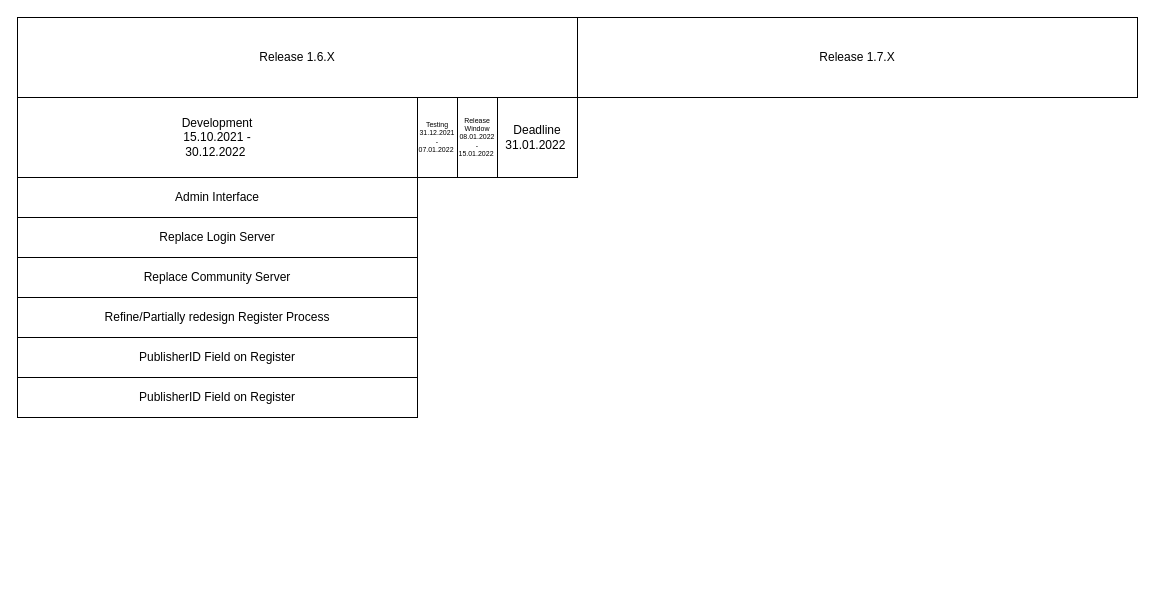
This is docu/graphics/roadmap.drawio from gradido/gradido, a draw.io file, before an edit. Source tidied: cells renumbered, new cells numbered last; positions are measured from the earlier drawing's top-left corner, leaving out a move shared by most shapes. Both pictures are drawn from the tidied source at 100%, with x=0, y=0 at pixel (17, 17).
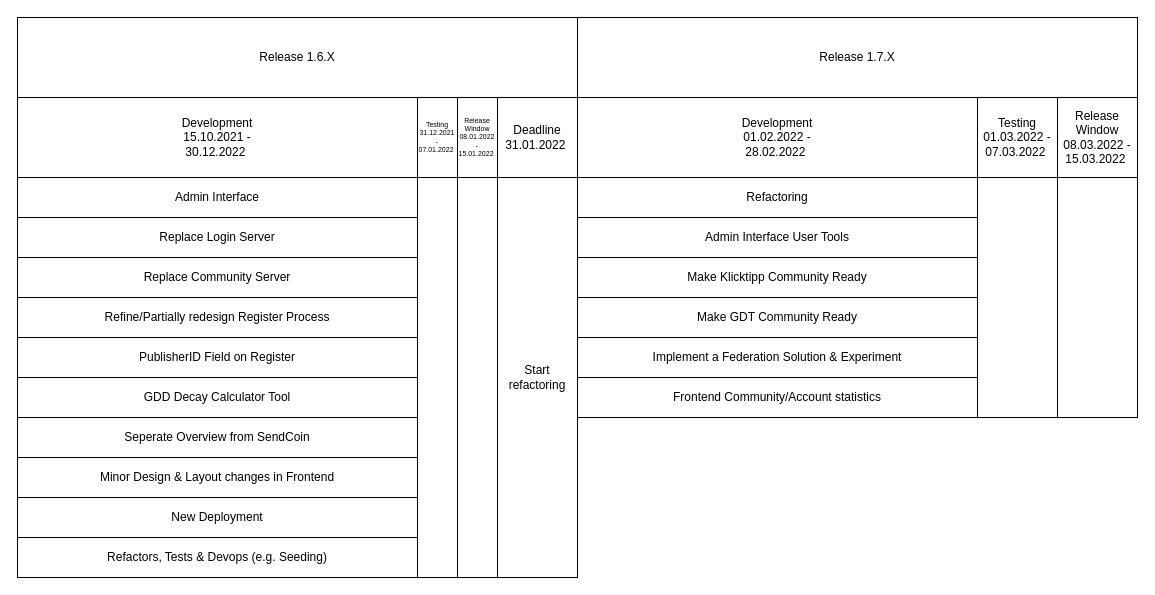
The same diagram, later.

Diff of the diagram source:
```diff
@@
-    <mxCell id="13" value="PublisherID Field on Register" style="rounded=0;whiteSpace=wrap;html=1;fontSize=12;" parent="1" vertex="1">
+    <mxCell id="13" value="GDD Decay Calculator Tool" style="rounded=0;whiteSpace=wrap;html=1;fontSize=12;" parent="1" vertex="1">
       <mxGeometry y="360" width="400" height="40" as="geometry" />
     </mxCell>
+    <mxCell id="14" value="Refactors, Tests &amp;amp; Devops (e.g. Seeding)" style="rounded=0;whiteSpace=wrap;html=1;fontSize=12;" parent="1" vertex="1">
+      <mxGeometry y="520" width="400" height="40" as="geometry" />
+    </mxCell>
+    <mxCell id="15" value="Seperate Overview from SendCoin" style="rounded=0;whiteSpace=wrap;html=1;fontSize=12;" parent="1" vertex="1">
+      <mxGeometry y="400" width="400" height="40" as="geometry" />
+    </mxCell>
+    <mxCell id="16" value="Minor Design &amp;amp; Layout changes in Frontend" style="rounded=0;whiteSpace=wrap;html=1;fontSize=12;" parent="1" vertex="1">
+      <mxGeometry y="440" width="400" height="40" as="geometry" />
+    </mxCell>
+    <mxCell id="17" style="rounded=0;whiteSpace=wrap;html=1;fontSize=7;" parent="1" vertex="1">
+      <mxGeometry x="400" y="160" width="40" height="400" as="geometry" />
+    </mxCell>
+    <mxCell id="18" style="rounded=0;whiteSpace=wrap;html=1;fontSize=7;" parent="1" vertex="1">
+      <mxGeometry x="440" y="160" width="40" height="400" as="geometry" />
+    </mxCell>
+    <mxCell id="19" value="New Deployment" style="rounded=0;whiteSpace=wrap;html=1;fontSize=12;" parent="1" vertex="1">
+      <mxGeometry y="480" width="400" height="40" as="geometry" />
+    </mxCell>
+    <mxCell id="20" value="Start refactoring" style="rounded=0;whiteSpace=wrap;html=1;fontSize=12;" parent="1" vertex="1">
+      <mxGeometry x="480" y="160" width="80" height="400" as="geometry" />
+    </mxCell>
+    <mxCell id="21" value="Development&lt;br style=&quot;font-size: 12px&quot;&gt;01.02.2022 -&lt;br style=&quot;font-size: 12px&quot;&gt;28.02.2022&amp;nbsp;" style="rounded=0;whiteSpace=wrap;html=1;fontSize=12;" parent="1" vertex="1">
+      <mxGeometry x="560" y="80" width="400" height="80" as="geometry" />
+    </mxCell>
+    <mxCell id="22" value="Testing&lt;br style=&quot;font-size: 12px&quot;&gt;01.03.2022 -&lt;br style=&quot;font-size: 12px&quot;&gt;07.03.2022&amp;nbsp;" style="rounded=0;whiteSpace=wrap;html=1;fontSize=12;" parent="1" vertex="1">
+      <mxGeometry x="960" y="80" width="80" height="80" as="geometry" />
+    </mxCell>
+    <mxCell id="23" value="Release Window&lt;br style=&quot;font-size: 12px&quot;&gt;08.03.2022 -&lt;br style=&quot;font-size: 12px&quot;&gt;15.03.2022&amp;nbsp;" style="rounded=0;whiteSpace=wrap;html=1;fontSize=12;" parent="1" vertex="1">
+      <mxGeometry x="1040" y="80" width="80" height="80" as="geometry" />
+    </mxCell>
+    <mxCell id="24" value="Refactoring" style="rounded=0;whiteSpace=wrap;html=1;fontSize=12;" parent="1" vertex="1">
+      <mxGeometry x="560" y="160" width="400" height="40" as="geometry" />
+    </mxCell>
+    <mxCell id="25" style="rounded=0;whiteSpace=wrap;html=1;fontSize=7;" parent="1" vertex="1">
+      <mxGeometry x="960" y="160" width="80" height="240" as="geometry" />
+    </mxCell>
+    <mxCell id="26" style="rounded=0;whiteSpace=wrap;html=1;fontSize=7;" parent="1" vertex="1">
+      <mxGeometry x="1040" y="160" width="80" height="240" as="geometry" />
+    </mxCell>
+    <mxCell id="27" value="Admin Interface User Tools" style="rounded=0;whiteSpace=wrap;html=1;fontSize=12;" parent="1" vertex="1">
+      <mxGeometry x="560" y="200" width="400" height="40" as="geometry" />
+    </mxCell>
+    <mxCell id="28" value="Make Klicktipp Community Ready" style="rounded=0;whiteSpace=wrap;html=1;fontSize=12;" parent="1" vertex="1">
+      <mxGeometry x="560" y="240" width="400" height="40" as="geometry" />
+    </mxCell>
+    <mxCell id="29" value="Make GDT Community Ready" style="rounded=0;whiteSpace=wrap;html=1;fontSize=12;" parent="1" vertex="1">
+      <mxGeometry x="560" y="280" width="400" height="40" as="geometry" />
+    </mxCell>
+    <mxCell id="30" value="Implement a Federation Solution &amp;amp; Experiment" style="rounded=0;whiteSpace=wrap;html=1;fontSize=12;" parent="1" vertex="1">
+      <mxGeometry x="560" y="320" width="400" height="40" as="geometry" />
+    </mxCell>
+    <mxCell id="31" value="Frontend Community/Account statistics" style="rounded=0;whiteSpace=wrap;html=1;fontSize=12;" parent="1" vertex="1">
+      <mxGeometry x="560" y="360" width="400" height="40" as="geometry" />
+    </mxCell>
```
